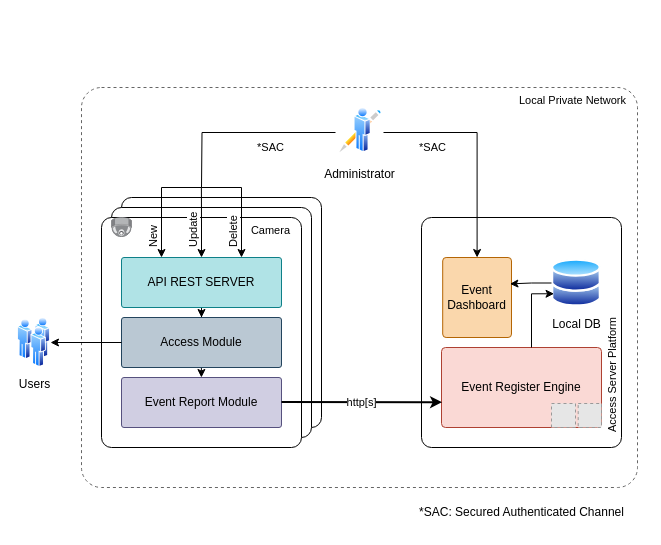
daguirrem/tech_test_queo keeps this draw.io diagram as 2.embedded_systems/acces_platform.drawio. Above is the earlier version. Source tidied: cells renumbered, new cells numbered last; positions are measured from the earlier drawing's top-left corner, leaving out a move shared by most shapes. Both pictures are drawn from the tidied source at 100%, with x=0, y=0 at pixel (17, 87). Pictures stored in the file or linked from it are replaced by grey dashed boxes.
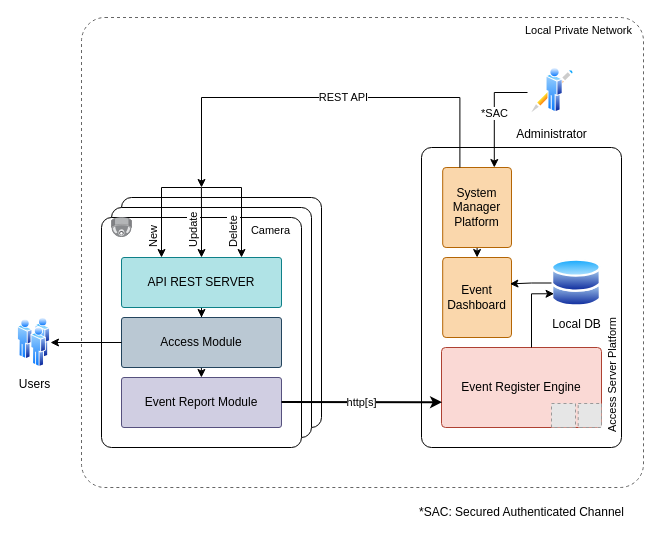
Above is the later version.

Commit message (it also covers changes not shown here):
access_platform diagram updated

The change refers to these unchanged cells:
```xml
<mxCell id="20" value="Event Dashboard" style="rounded=1;whiteSpace=wrap;html=1;arcSize=5;fillColor=#fad7ac;strokeColor=#b46504;" parent="1" vertex="1">
  <mxGeometry x="425.2" y="170" width="68.8" height="80" as="geometry" />
</mxCell>
```

What changed in the source:
```diff
@@
     <mxCell id="2" value="Local Private Network" style="rounded=1;whiteSpace=wrap;html=1;arcSize=5;align=right;verticalAlign=top;horizontal=1;fontSize=11;spacingRight=9;fillColor=none;dashed=1;strokeColor=#666666;" parent="1" vertex="1">
-      <mxGeometry x="64" width="556" height="400" as="geometry" />
+      <mxGeometry x="64" y="-70" width="562" height="470" as="geometry" />
     </mxCell>
@@
-    <mxCell id="7" value="*SAC" style="edgeStyle=orthogonalEdgeStyle;rounded=0;jettySize=auto;html=1;endArrow=none;endFill=0;" parent="1" edge="1" source="8">
-      <mxGeometry x="-0.31" y="15" relative="1" as="geometry">
-        <mxPoint x="184" y="100" as="targetPoint" />
-      </mxGeometry>
-    </mxCell>
     <mxCell id="8" value="Administrator" style="image;perimeter=ellipsePerimeter;html=1;align=center;shadow=0;dashed=0;spacingTop=3;image=img/lib/active_directory/writer.svg;" parent="1" vertex="1">
-      <mxGeometry x="318" y="20" width="48" height="50" as="geometry" />
+      <mxGeometry x="510" y="-20" width="48" height="50" as="geometry" />
     </mxCell>
@@
     <mxCell id="16" value="Access Server Platform" style="rounded=1;whiteSpace=wrap;html=1;arcSize=5;align=left;verticalAlign=bottom;horizontal=0;fontSize=11;spacingLeft=13;" parent="1" vertex="1">
-      <mxGeometry x="404" y="130" width="200" height="230" as="geometry" />
+      <mxGeometry x="404" y="60" width="200" height="300" as="geometry" />
     </mxCell>
@@
-    <mxCell id="24" value="*SAC" style="edgeStyle=orthogonalEdgeStyle;rounded=0;jettySize=auto;html=1;entryX=0.5;entryY=0;entryDx=0;entryDy=0;" parent="1" edge="1" source="8" target="20">
-      <mxGeometry x="-0.55" y="-15" relative="1" as="geometry" />
-    </mxCell>
@@
+    <mxCell id="31" style="edgeStyle=orthogonalEdgeStyle;rounded=0;jettySize=auto;html=1;exitX=0.5;exitY=1;exitDx=0;exitDy=0;entryX=0.5;entryY=0;entryDx=0;entryDy=0;" parent="1" edge="1" source="32" target="20">
+      <mxGeometry relative="1" as="geometry" />
+    </mxCell>
+    <mxCell id="32" value="System Manager&lt;div&gt;Platform&lt;/div&gt;" style="rounded=1;whiteSpace=wrap;html=1;arcSize=5;fillColor=#fad7ac;strokeColor=#b46504;" parent="1" vertex="1">
+      <mxGeometry x="425.2" y="80" width="68.8" height="80" as="geometry" />
+    </mxCell>
+    <mxCell id="33" value="REST API" style="edgeStyle=orthogonalEdgeStyle;rounded=0;jettySize=auto;html=1;exitX=0.25;exitY=0;exitDx=0;exitDy=0;" parent="1" edge="1" source="32">
+      <mxGeometry x="-0.11" relative="1" as="geometry">
+        <mxPoint x="184" y="100" as="targetPoint" />
+        <Array as="points">
+          <mxPoint x="442" y="10" />
+          <mxPoint x="184" y="10" />
+        </Array>
+      </mxGeometry>
+    </mxCell>
+    <mxCell id="34" value="*SAC" style="edgeStyle=orthogonalEdgeStyle;rounded=0;jettySize=auto;html=1;entryX=0.75;entryY=0;entryDx=0;entryDy=0;" parent="1" edge="1" source="8" target="32">
+      <mxGeometry x="-0.01" relative="1" as="geometry" />
+    </mxCell>
```
